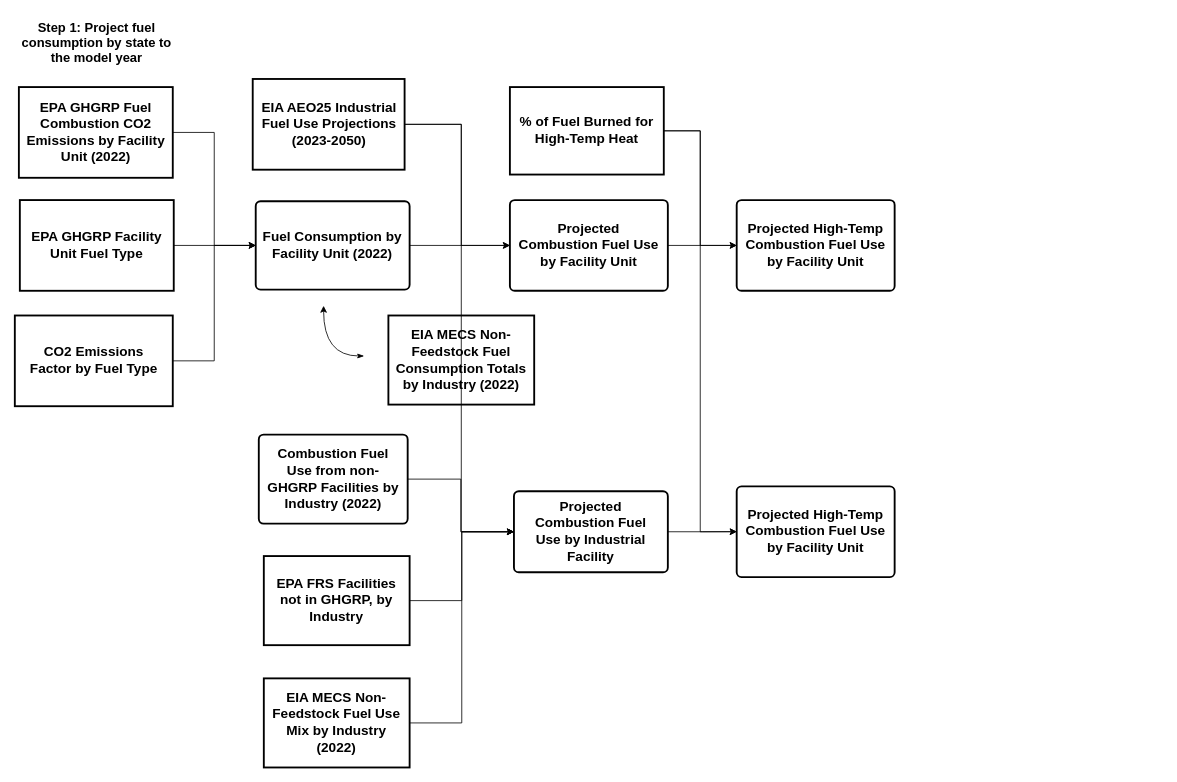
The draw.io diagram industry/industry_methodology.drawio in nkong1/wecc-h2-demand, before the edit. Source tidied: cells renumbered, new cells numbered last; positions are measured from the earlier drawing's top-left corner, leaving out a move shared by most shapes. Both pictures are drawn from the tidied source at 81%, with x=0, y=0 at pixel (15, 14).
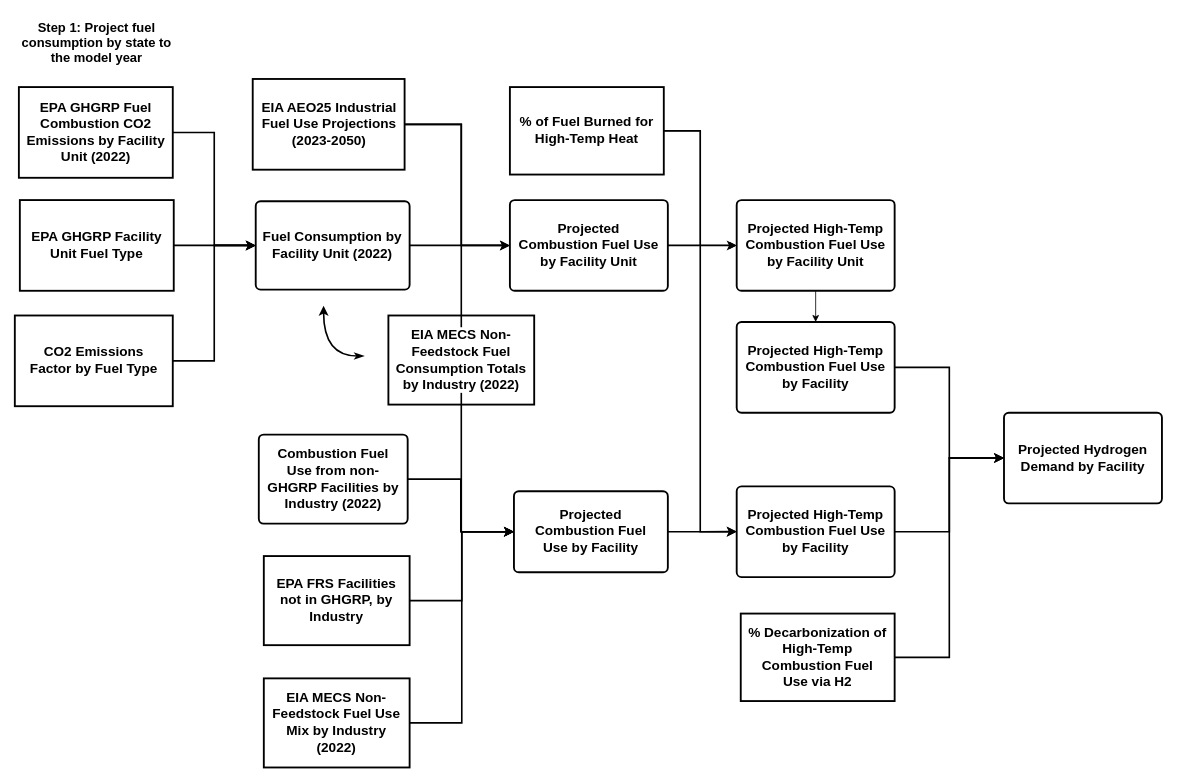
After the change.

Unchanged cells that the change refers to:
```xml
<mxCell id="4" value="EPA GHGRP Facility Unit Fuel Type" style="html=1;overflow=block;blockSpacing=1;whiteSpace=wrap;fontSize=16.8;fontStyle=1;align=center;spacing=9;strokeOpacity=100;fillOpacity=0;rounded=0;absoluteArcSize=1;arcSize=12;fillColor=#000000;strokeWidth=2.3;lucidId=Bf6ri0L1tkaB;" parent="1" vertex="1">
  <mxGeometry x="6" y="229.5" width="190" height="112" as="geometry" />
</mxCell>
<mxCell id="6" value="CO2 Emissions Factor by Fuel Type" style="html=1;overflow=block;blockSpacing=1;whiteSpace=wrap;fontSize=16.8;fontStyle=1;align=center;spacing=9;strokeOpacity=100;fillOpacity=0;rounded=0;absoluteArcSize=1;arcSize=12;fillColor=#000000;strokeWidth=2.3;lucidId=fg6rZgMcyNaT;" parent="1" vertex="1">
  <mxGeometry x="-0.2" y="372" width="195" height="112" as="geometry" />
</mxCell>
<mxCell id="9" value="Fuel Consumption by Facility Unit (2022)" style="html=1;overflow=block;blockSpacing=1;whiteSpace=wrap;fontSize=16.8;fontStyle=1;align=center;spacing=9;strokeOpacity=100;fillOpacity=0;rounded=1;absoluteArcSize=1;arcSize=12;fillColor=#000000;strokeWidth=2.3;lucidId=Bf6ri0L1tkaB;" parent="1" vertex="1">
  <mxGeometry x="297.2" y="231" width="190" height="109" as="geometry" />
</mxCell>
<mxCell id="11" value="EIA AEO25 Industrial Fuel Use Projections (2023-2050)" style="html=1;overflow=block;blockSpacing=1;whiteSpace=wrap;fontSize=16.8;fontStyle=1;align=center;spacing=9;strokeOpacity=100;fillOpacity=0;rounded=0;absoluteArcSize=1;arcSize=12;strokeWidth=2.3;lucidId=Ra_jEc_tzvwS;" parent="1" vertex="1">
  <mxGeometry x="293.5" y="80" width="187.5" height="112" as="geometry" />
</mxCell>
<mxCell id="16" value="% of Fuel Burned for High-Temp Heat" style="html=1;overflow=block;blockSpacing=1;whiteSpace=wrap;fontSize=16.8;fontStyle=1;align=center;spacing=9;strokeOpacity=100;fillOpacity=0;rounded=0;absoluteArcSize=1;arcSize=12;fillColor=#000000;strokeWidth=2.3;lucidId=Bf6ri0L1tkaB;" parent="1" vertex="1">
  <mxGeometry x="611" y="90" width="190" height="108" as="geometry" />
</mxCell>
<mxCell id="17" value="Projected High-Temp Combustion Fuel Use by Facility Unit" style="html=1;overflow=block;blockSpacing=1;whiteSpace=wrap;fontSize=16.8;fontStyle=1;align=center;spacing=9;strokeOpacity=100;fillOpacity=0;rounded=1;absoluteArcSize=1;arcSize=12;fillColor=#000000;strokeWidth=2.3;lucidId=Bf6ri0L1tkaB;" parent="1" vertex="1">
  <mxGeometry x="891" y="229.5" width="195" height="112" as="geometry" />
</mxCell>
<mxCell id="19" value="EPA GHGRP Fuel Combustion CO2 Emissions by Facility Unit (2022)" style="html=1;overflow=block;blockSpacing=1;whiteSpace=wrap;fontSize=16.8;fontStyle=1;align=center;spacing=9;strokeOpacity=100;fillOpacity=0;rounded=0;absoluteArcSize=1;arcSize=12;fillColor=#000000;strokeWidth=2.3;lucidId=Bf6ri0L1tkaB;" parent="1" vertex="1">
  <mxGeometry x="4.8" y="90" width="190" height="112" as="geometry" />
</mxCell>
<mxCell id="22" value="Combustion&amp;nbsp;Fuel Use from non-GHGRP Facilities by Industry (2022)" style="html=1;overflow=block;blockSpacing=1;whiteSpace=wrap;fontSize=16.8;fontStyle=1;align=center;spacing=9;strokeOpacity=100;fillOpacity=0;rounded=1;absoluteArcSize=1;arcSize=12;fillColor=#000000;strokeWidth=2.3;lucidId=fg6rZgMcyNaT;" parent="1" vertex="1">
  <mxGeometry x="301" y="519" width="183.8" height="110" as="geometry" />
</mxCell>
<mxCell id="24" value="EPA FRS Facilities not in GHGRP, by Industry" style="html=1;overflow=block;blockSpacing=1;whiteSpace=wrap;fontSize=16.8;fontStyle=1;align=center;spacing=9;strokeOpacity=100;fillOpacity=0;rounded=0;absoluteArcSize=1;arcSize=12;fillColor=#000000;strokeWidth=2.3;lucidId=Bf6ri0L1tkaB;" parent="1" vertex="1">
  <mxGeometry x="307.2" y="669" width="180" height="110" as="geometry" />
</mxCell>
<mxCell id="30" value="EIA MECS Non-Feedstock Fuel Use Mix by Industry (2022)" style="html=1;overflow=block;blockSpacing=1;whiteSpace=wrap;fontSize=16.8;fontStyle=1;align=center;spacing=9;strokeOpacity=100;fillOpacity=0;rounded=0;absoluteArcSize=1;arcSize=12;strokeWidth=2.3;lucidId=Bf6ri0L1tkaB;" parent="1" vertex="1">
  <mxGeometry x="307.2" y="820" width="180" height="110" as="geometry" />
</mxCell>
```

Diff of the diagram source:
```diff
@@
-    <mxCell id="2" style="edgeStyle=orthogonalEdgeStyle;rounded=0;jettySize=auto;html=1;entryX=0;entryY=0.5;entryDx=0;entryDy=0;" parent="1" edge="1" source="11" target="26">
+    <mxCell id="2" style="edgeStyle=orthogonalEdgeStyle;rounded=0;jettySize=auto;html=1;entryX=0;entryY=0.5;entryDx=0;entryDy=0;strokeWidth=2;" parent="1" edge="1" source="11" target="26">
       <mxGeometry relative="1" as="geometry">
         <Array as="points">
           <mxPoint x="551" y="136" />
           <mxPoint x="551" y="639" />
         </Array>
       </mxGeometry>
     </mxCell>
-    <mxCell id="3" style="edgeStyle=orthogonalEdgeStyle;rounded=0;jettySize=auto;html=1;exitX=1;exitY=0.5;exitDx=0;exitDy=0;entryX=0;entryY=0.5;entryDx=0;entryDy=0;" parent="1" edge="1" source="4" target="9">
+    <mxCell id="3" style="edgeStyle=orthogonalEdgeStyle;rounded=0;jettySize=auto;html=1;exitX=1;exitY=0.5;exitDx=0;exitDy=0;entryX=0;entryY=0.5;entryDx=0;entryDy=0;strokeWidth=2;" parent="1" edge="1" source="4" target="9">
       <mxGeometry relative="1" as="geometry" />
     </mxCell>
@@
-    <mxCell id="5" style="edgeStyle=orthogonalEdgeStyle;rounded=0;jettySize=auto;html=1;entryX=0;entryY=0.5;entryDx=0;entryDy=0;" parent="1" edge="1" source="6" target="9">
+    <mxCell id="5" style="edgeStyle=orthogonalEdgeStyle;rounded=0;jettySize=auto;html=1;entryX=0;entryY=0.5;entryDx=0;entryDy=0;strokeWidth=2;" parent="1" edge="1" source="6" target="9">
       <mxGeometry relative="1" as="geometry" />
     </mxCell>
@@
-    <mxCell id="8" style="edgeStyle=orthogonalEdgeStyle;rounded=0;jettySize=auto;html=1;exitX=1;exitY=0.5;exitDx=0;exitDy=0;entryX=0;entryY=0.5;entryDx=0;entryDy=0;" parent="1" edge="1" source="9" target="13">
+    <mxCell id="8" style="edgeStyle=orthogonalEdgeStyle;rounded=0;jettySize=auto;html=1;exitX=1;exitY=0.5;exitDx=0;exitDy=0;entryX=0;entryY=0.5;entryDx=0;entryDy=0;strokeWidth=2;" parent="1" edge="1" source="9" target="13">
       <mxGeometry relative="1" as="geometry" />
     </mxCell>
@@
-    <mxCell id="10" style="edgeStyle=orthogonalEdgeStyle;rounded=0;jettySize=auto;html=1;exitX=1;exitY=0.5;exitDx=0;exitDy=0;entryX=0;entryY=0.5;entryDx=0;entryDy=0;" parent="1" edge="1" source="11" target="13">
+    <mxCell id="10" style="edgeStyle=orthogonalEdgeStyle;rounded=0;jettySize=auto;html=1;exitX=1;exitY=0.5;exitDx=0;exitDy=0;entryX=0;entryY=0.5;entryDx=0;entryDy=0;strokeWidth=2;" parent="1" edge="1" source="11" target="13">
       <mxGeometry relative="1" as="geometry">
         <Array as="points">
           <mxPoint x="551" y="136" />
           <mxPoint x="551" y="286" />
         </Array>
       </mxGeometry>
     </mxCell>
@@
-    <mxCell id="12" style="edgeStyle=orthogonalEdgeStyle;rounded=0;jettySize=auto;html=1;exitX=1;exitY=0.5;exitDx=0;exitDy=0;" parent="1" edge="1" source="13" target="17">
+    <mxCell id="12" style="edgeStyle=orthogonalEdgeStyle;rounded=0;jettySize=auto;html=1;exitX=1;exitY=0.5;exitDx=0;exitDy=0;strokeWidth=2;" parent="1" edge="1" source="13" target="17">
       <mxGeometry relative="1" as="geometry" />
     </mxCell>
-    <mxCell id="13" value="Projected Combustion Fuel Use by Facility Unit" style="html=1;overflow=block;blockSpacing=1;whiteSpace=wrap;fontSize=16.8;fontStyle=1;align=center;spacing=9;strokeOpacity=100;fillOpacity=0;rounded=1;absoluteArcSize=1;arcSize=12;fillColor=#000000;strokeWidth=2.3;lucidId=Bf6ri0L1tkaB;" parent="1" vertex="1">
+    <mxCell id="13" value="Projected Combustion Fuel Use by Facility Unit" style="html=1;overflow=block;blockSpacing=1;whiteSpace=wrap;fontSize=16.8;fontStyle=1;align=center;spacing=9;strokeOpacity=100;fillOpacity=0;rounded=1;absoluteArcSize=1;arcSize=12;fillColor=#FFFFFF;strokeWidth=2.3;lucidId=Bf6ri0L1tkaB;" parent="1" vertex="1">
       <mxGeometry x="611" y="229.5" width="195" height="112" as="geometry" />
     </mxCell>
@@
-    <mxCell id="15" style="edgeStyle=orthogonalEdgeStyle;rounded=0;jettySize=auto;html=1;exitX=1;exitY=0.5;exitDx=0;exitDy=0;entryX=0;entryY=0.5;entryDx=0;entryDy=0;" parent="1" edge="1" source="16" target="28">
+    <mxCell id="15" style="edgeStyle=orthogonalEdgeStyle;rounded=0;jettySize=auto;html=1;exitX=1;exitY=0.5;exitDx=0;exitDy=0;entryX=0;entryY=0.5;entryDx=0;entryDy=0;strokeWidth=2;" parent="1" edge="1" source="16" target="28">
       <mxGeometry relative="1" as="geometry" />
     </mxCell>
@@
+    <mxCell id="31" style="edgeStyle=orthogonalEdgeStyle;rounded=0;jettySize=auto;html=1;exitX=0.5;exitY=1;exitDx=0;exitDy=0;entryX=0.5;entryY=0;entryDx=0;entryDy=0;" parent="1" edge="1" source="17" target="34">
+      <mxGeometry relative="1" as="geometry" />
+    </mxCell>
@@
-    <mxCell id="18" style="edgeStyle=orthogonalEdgeStyle;rounded=0;jettySize=auto;html=1;entryX=0;entryY=0.5;entryDx=0;entryDy=0;" parent="1" edge="1" source="19" target="9">
+    <mxCell id="18" style="edgeStyle=orthogonalEdgeStyle;rounded=0;jettySize=auto;html=1;entryX=0;entryY=0.5;entryDx=0;entryDy=0;strokeWidth=2;" parent="1" edge="1" source="19" target="9">
       <mxGeometry relative="1" as="geometry">
         <Array as="points">
           <mxPoint x="246" y="146" />
           <mxPoint x="246" y="286" />
         </Array>
       </mxGeometry>
     </mxCell>
@@
-    <mxCell id="20" style="edgeStyle=orthogonalEdgeStyle;rounded=0;orthogonalLoop=1;jettySize=auto;html=1;curved=1;endArrow=classicThin;endFill=1;startArrow=classic;startFill=1;" parent="1" edge="1">
+    <mxCell id="20" style="edgeStyle=orthogonalEdgeStyle;rounded=0;orthogonalLoop=1;jettySize=auto;html=1;curved=1;endArrow=classicThin;endFill=1;startArrow=classic;startFill=1;strokeWidth=2;" parent="1" edge="1">
       <mxGeometry relative="1" as="geometry">
         <mxPoint x="381" y="360" as="sourcePoint" />
         <mxPoint x="431" y="422" as="targetPoint" />
         <Array as="points">
           <mxPoint x="381" y="422" />
         </Array>
       </mxGeometry>
     </mxCell>
-    <mxCell id="21" style="edgeStyle=orthogonalEdgeStyle;rounded=0;jettySize=auto;html=1;exitX=1;exitY=0.5;exitDx=0;exitDy=0;entryX=0;entryY=0.5;entryDx=0;entryDy=0;" parent="1" edge="1" source="22" target="26">
+    <mxCell id="21" style="edgeStyle=orthogonalEdgeStyle;rounded=0;jettySize=auto;html=1;exitX=1;exitY=0.5;exitDx=0;exitDy=0;entryX=0;entryY=0.5;entryDx=0;entryDy=0;strokeWidth=2;" parent="1" edge="1" source="22" target="26">
       <mxGeometry relative="1" as="geometry" />
     </mxCell>
@@
-    <mxCell id="23" style="edgeStyle=orthogonalEdgeStyle;rounded=0;jettySize=auto;html=1;entryX=0;entryY=0.5;entryDx=0;entryDy=0;" parent="1" edge="1" source="24" target="26">
+    <mxCell id="23" style="edgeStyle=orthogonalEdgeStyle;rounded=0;jettySize=auto;html=1;entryX=0;entryY=0.5;entryDx=0;entryDy=0;strokeWidth=2;" parent="1" edge="1" source="24" target="26">
       <mxGeometry relative="1" as="geometry" />
     </mxCell>
@@
-    <mxCell id="25" style="edgeStyle=orthogonalEdgeStyle;rounded=0;jettySize=auto;html=1;exitX=1;exitY=0.5;exitDx=0;exitDy=0;" parent="1" edge="1" source="26">
+    <mxCell id="25" style="edgeStyle=orthogonalEdgeStyle;rounded=0;jettySize=auto;html=1;exitX=1;exitY=0.5;exitDx=0;exitDy=0;strokeWidth=2;" parent="1" edge="1" source="26">
       <mxGeometry relative="1" as="geometry">
         <mxPoint x="891" y="638.8" as="targetPoint" />
       </mxGeometry>
     </mxCell>
-    <mxCell id="26" value="Projected Combustion Fuel Use by Industrial Facility" style="html=1;overflow=block;blockSpacing=1;whiteSpace=wrap;fontSize=16.8;fontStyle=1;align=center;spacing=9;strokeOpacity=100;fillOpacity=0;rounded=1;absoluteArcSize=1;arcSize=12;fillColor=#000000;strokeWidth=2.3;lucidId=fg6rZgMcyNaT;" parent="1" vertex="1">
+    <mxCell id="26" value="Projected Combustion Fuel Use by Facility" style="html=1;overflow=block;blockSpacing=1;whiteSpace=wrap;fontSize=16.8;fontStyle=1;align=center;spacing=9;strokeOpacity=100;fillOpacity=0;rounded=1;absoluteArcSize=1;arcSize=12;fillColor=#000000;strokeWidth=2.3;lucidId=fg6rZgMcyNaT;" parent="1" vertex="1">
       <mxGeometry x="616" y="589" width="190" height="100" as="geometry" />
     </mxCell>
-    <mxCell id="27" value="EIA MECS Non-Feedstock Fuel Consumption Totals by Industry (2022)" style="html=1;overflow=block;blockSpacing=1;whiteSpace=wrap;fontSize=16.8;fontStyle=1;align=center;spacing=9;strokeOpacity=100;fillOpacity=0;rounded=0;absoluteArcSize=1;arcSize=12;strokeWidth=2.3;lucidId=Bf6ri0L1tkaB;" parent="1" vertex="1">
+    <mxCell id="27" value="EIA MECS Non-Feedstock Fuel Consumption Totals by Industry (2022)" style="html=1;overflow=block;blockSpacing=1;whiteSpace=wrap;fontSize=16.8;fontStyle=1;align=center;spacing=9;strokeOpacity=100;fillOpacity=0;rounded=0;absoluteArcSize=1;arcSize=12;strokeWidth=2.3;lucidId=Bf6ri0L1tkaB;fillColor=default;labelBackgroundColor=default;labelBorderColor=none;textShadow=0;fontColor=default;" parent="1" vertex="1">
       <mxGeometry x="461" y="372" width="180" height="110" as="geometry" />
     </mxCell>
+    <mxCell id="32" style="edgeStyle=orthogonalEdgeStyle;rounded=0;jettySize=auto;html=1;exitX=1;exitY=0.5;exitDx=0;exitDy=0;entryX=0;entryY=0.5;entryDx=0;entryDy=0;strokeWidth=2;" parent="1" edge="1" source="28" target="37">
+      <mxGeometry relative="1" as="geometry" />
+    </mxCell>
-    <mxCell id="28" value="Projected High-Temp Combustion Fuel Use by Facility Unit" style="html=1;overflow=block;blockSpacing=1;whiteSpace=wrap;fontSize=16.8;fontStyle=1;align=center;spacing=9;strokeOpacity=100;fillOpacity=0;rounded=1;absoluteArcSize=1;arcSize=12;fillColor=#000000;strokeWidth=2.3;lucidId=Bf6ri0L1tkaB;" parent="1" vertex="1">
+    <mxCell id="28" value="Projected High-Temp Combustion Fuel Use by Facility" style="html=1;overflow=block;blockSpacing=1;whiteSpace=wrap;fontSize=16.8;fontStyle=1;align=center;spacing=9;strokeOpacity=100;fillOpacity=0;rounded=1;absoluteArcSize=1;arcSize=12;fillColor=#000000;strokeWidth=2.3;lucidId=Bf6ri0L1tkaB;" parent="1" vertex="1">
       <mxGeometry x="891" y="583" width="195" height="112" as="geometry" />
     </mxCell>
-    <mxCell id="29" style="edgeStyle=orthogonalEdgeStyle;rounded=0;jettySize=auto;html=1;exitX=1;exitY=0.5;exitDx=0;exitDy=0;entryX=0;entryY=0.5;entryDx=0;entryDy=0;" parent="1" edge="1" source="30" target="26">
+    <mxCell id="29" style="edgeStyle=orthogonalEdgeStyle;rounded=0;jettySize=auto;html=1;exitX=1;exitY=0.5;exitDx=0;exitDy=0;entryX=0;entryY=0.5;entryDx=0;entryDy=0;strokeWidth=2;" parent="1" edge="1" source="30" target="26">
       <mxGeometry relative="1" as="geometry" />
     </mxCell>
@@
+    <mxCell id="33" style="edgeStyle=orthogonalEdgeStyle;rounded=0;jettySize=auto;html=1;exitX=1;exitY=0.5;exitDx=0;exitDy=0;entryX=0;entryY=0.5;entryDx=0;entryDy=0;strokeWidth=2;" parent="1" edge="1" source="34" target="37">
+      <mxGeometry relative="1" as="geometry" />
+    </mxCell>
+    <mxCell id="34" value="Projected High-Temp Combustion Fuel Use by Facility" style="html=1;overflow=block;blockSpacing=1;whiteSpace=wrap;fontSize=16.8;fontStyle=1;align=center;spacing=9;strokeOpacity=100;fillOpacity=0;rounded=1;absoluteArcSize=1;arcSize=12;fillColor=#000000;strokeWidth=2.3;lucidId=Bf6ri0L1tkaB;" parent="1" vertex="1">
+      <mxGeometry x="891" y="380" width="195" height="112" as="geometry" />
+    </mxCell>
+    <mxCell id="35" style="edgeStyle=orthogonalEdgeStyle;rounded=0;jettySize=auto;html=1;entryX=0;entryY=0.5;entryDx=0;entryDy=0;strokeWidth=2;" parent="1" edge="1" source="36" target="37">
+      <mxGeometry relative="1" as="geometry" />
+    </mxCell>
+    <mxCell id="36" value="% Decarbonization of High-Temp Combustion Fuel Use via H2" style="html=1;overflow=block;blockSpacing=1;whiteSpace=wrap;fontSize=16.8;fontStyle=1;align=center;spacing=9;strokeOpacity=100;fillOpacity=0;rounded=0;absoluteArcSize=1;arcSize=12;fillColor=#000000;strokeWidth=2.3;lucidId=Bf6ri0L1tkaB;" parent="1" vertex="1">
+      <mxGeometry x="896" y="740" width="190" height="108" as="geometry" />
+    </mxCell>
+    <mxCell id="37" value="Projected Hydrogen Demand by Facility" style="html=1;overflow=block;blockSpacing=1;whiteSpace=wrap;fontSize=16.8;fontStyle=1;align=center;spacing=9;strokeOpacity=100;fillOpacity=0;rounded=1;absoluteArcSize=1;arcSize=12;fillColor=#000000;strokeWidth=2.3;lucidId=Bf6ri0L1tkaB;" parent="1" vertex="1">
+      <mxGeometry x="1221" y="492" width="195" height="112" as="geometry" />
+    </mxCell>
```
